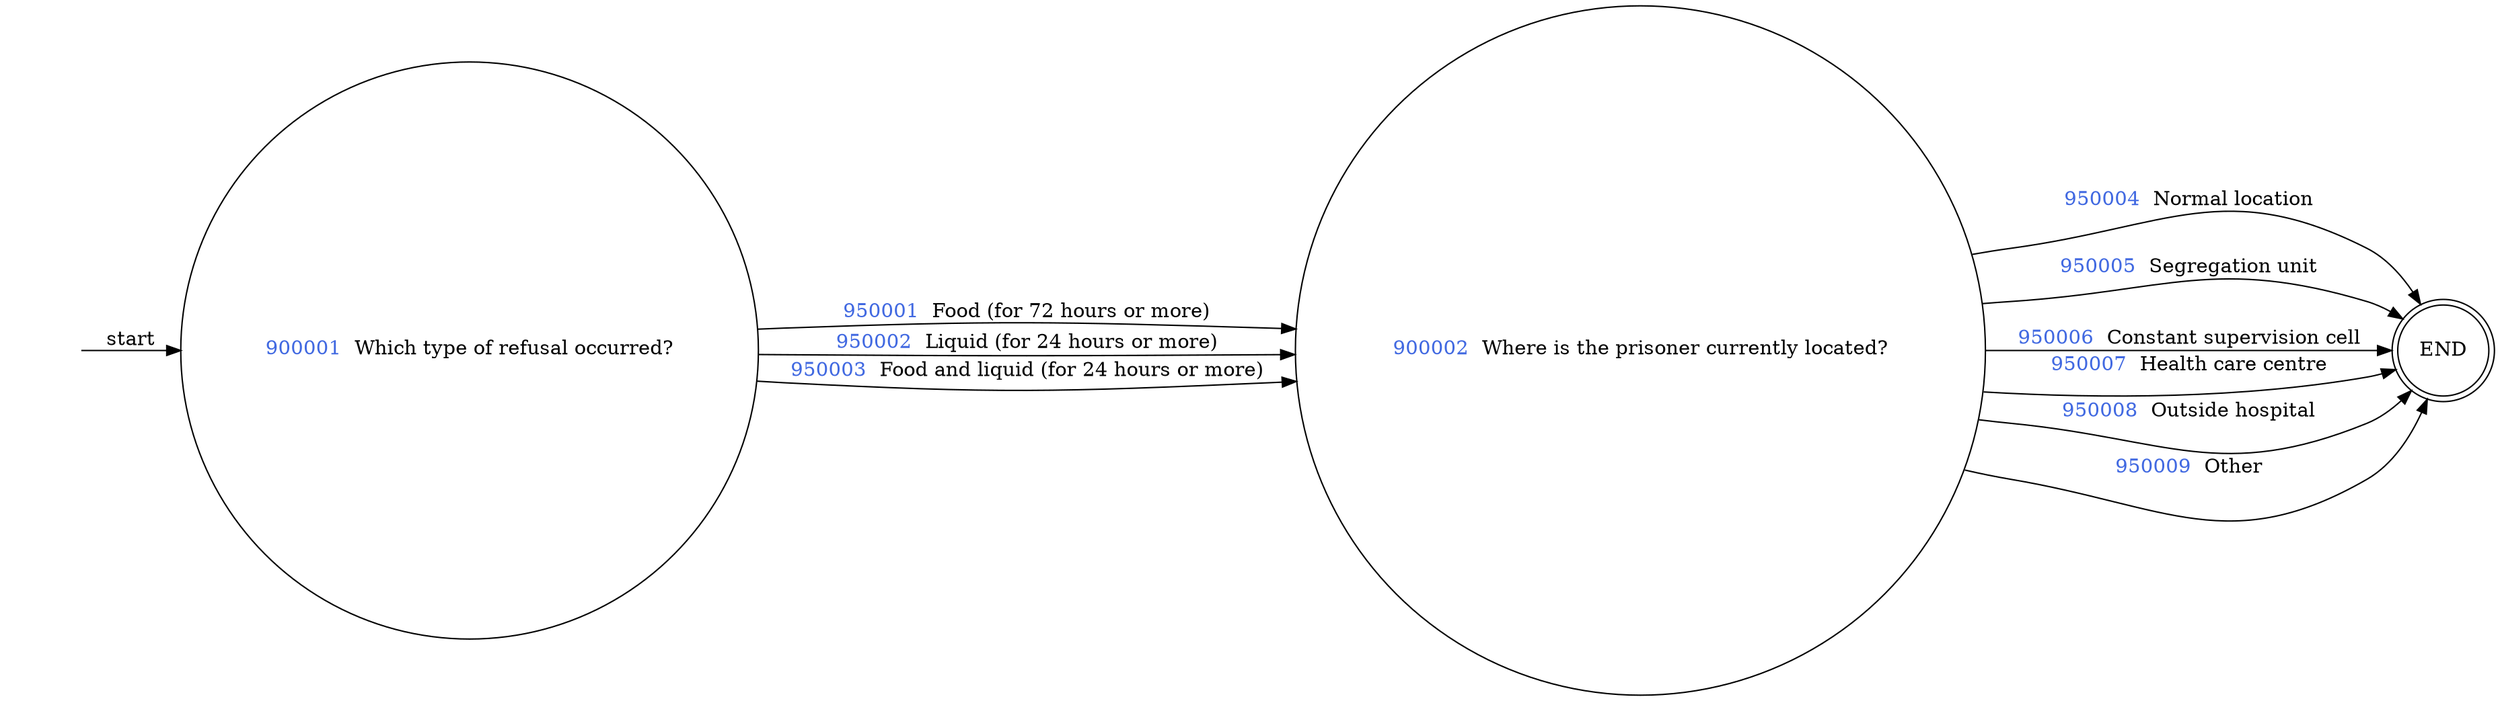
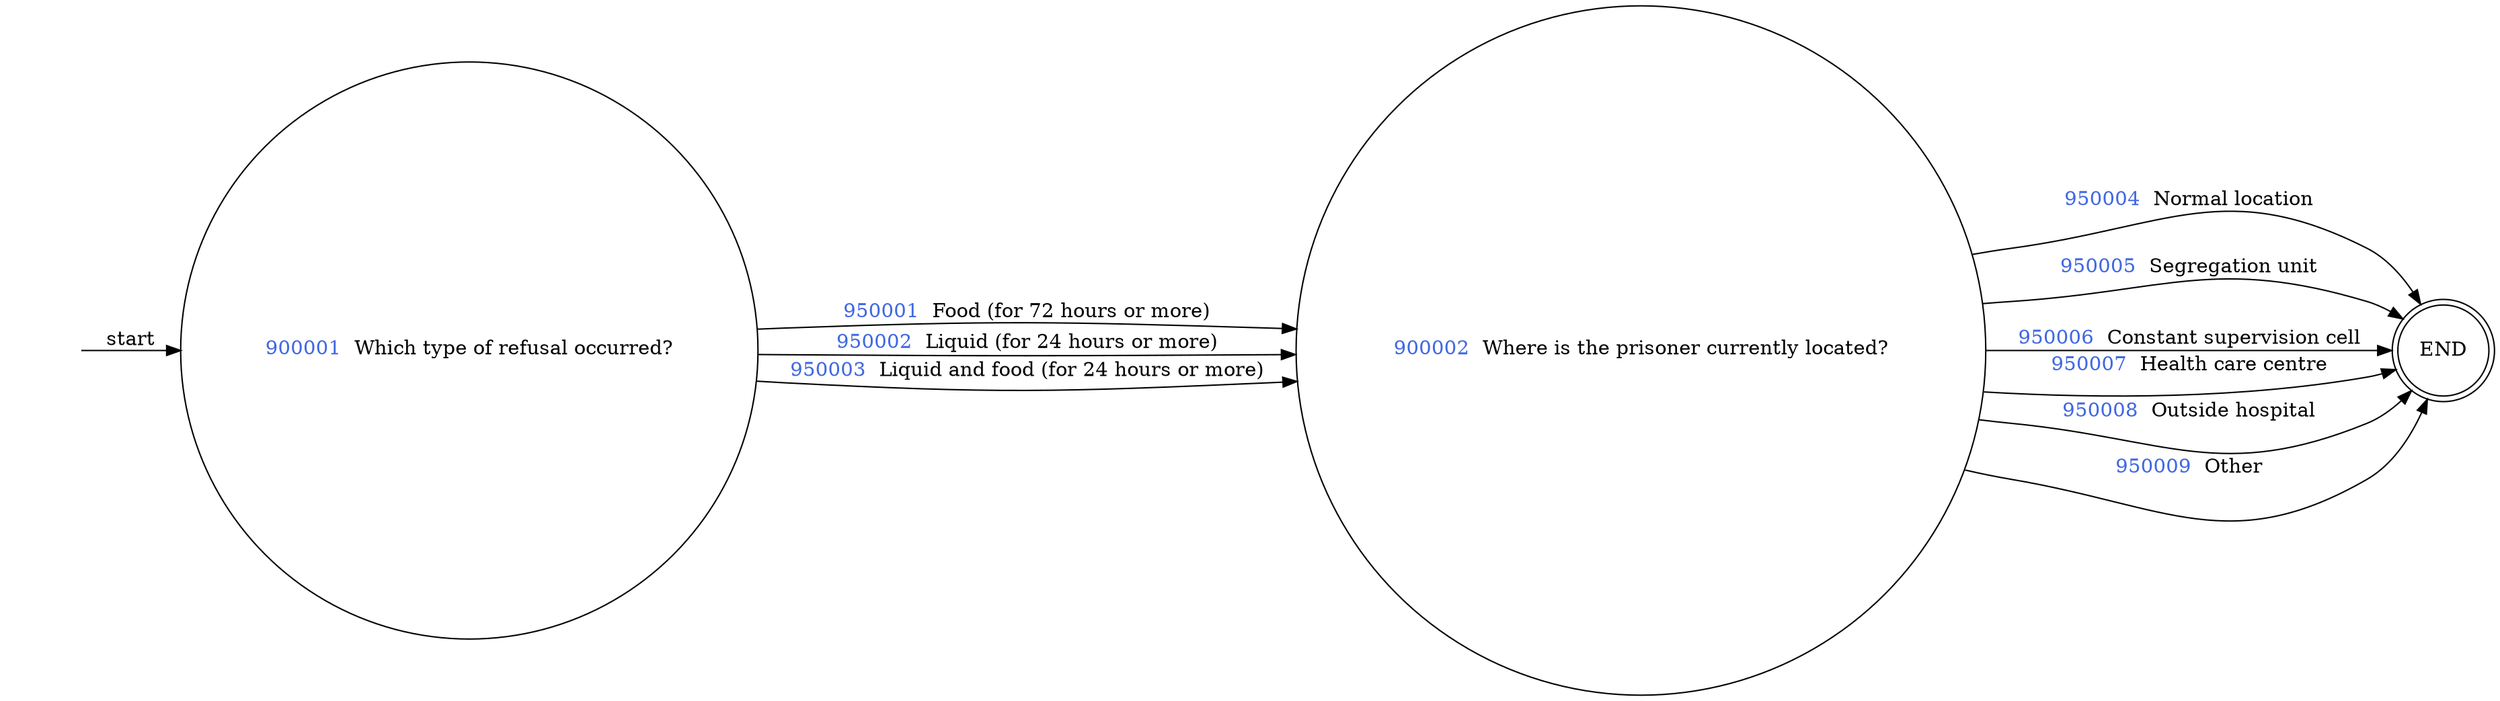
digraph FOOD_REFUSAL_2 {
  rankdir=LR;
  node [shape = circle];

  START_NODE [label="", shape=none];
  START_NODE -> 900001 [label = "start"];
  END_NODE [label="END", shape="doublecircle"];
    900001 [label=< <FONT COLOR="royalblue">900001 </FONT> Which type of refusal occurred? >];
      900001 -> 900002 [label=< <FONT COLOR="royalblue">950001 </FONT> Food (for 72 hours or more) >];
      900001 -> 900002 [label=< <FONT COLOR="royalblue">950002 </FONT> Liquid (for 24 hours or more) >];
-       900001 -> 900002 [label=< <FONT COLOR="royalblue">950003 </FONT> Food and liquid (for 24 hours or more) >];
+       900001 -> 900002 [label=< <FONT COLOR="royalblue">950003 </FONT> Liquid and food (for 24 hours or more) >];
    900002 [label=< <FONT COLOR="royalblue">900002 </FONT> Where is the prisoner currently located? >];
      900002 -> END_NODE [label=< <FONT COLOR="royalblue">950004 </FONT> Normal location >];
      900002 -> END_NODE [label=< <FONT COLOR="royalblue">950005 </FONT> Segregation unit >];
      900002 -> END_NODE [label=< <FONT COLOR="royalblue">950006 </FONT> Constant supervision cell >];
      900002 -> END_NODE [label=< <FONT COLOR="royalblue">950007 </FONT> Health care centre >];
      900002 -> END_NODE [label=< <FONT COLOR="royalblue">950008 </FONT> Outside hospital >];
      900002 -> END_NODE [label=< <FONT COLOR="royalblue">950009 </FONT> Other >];
}
